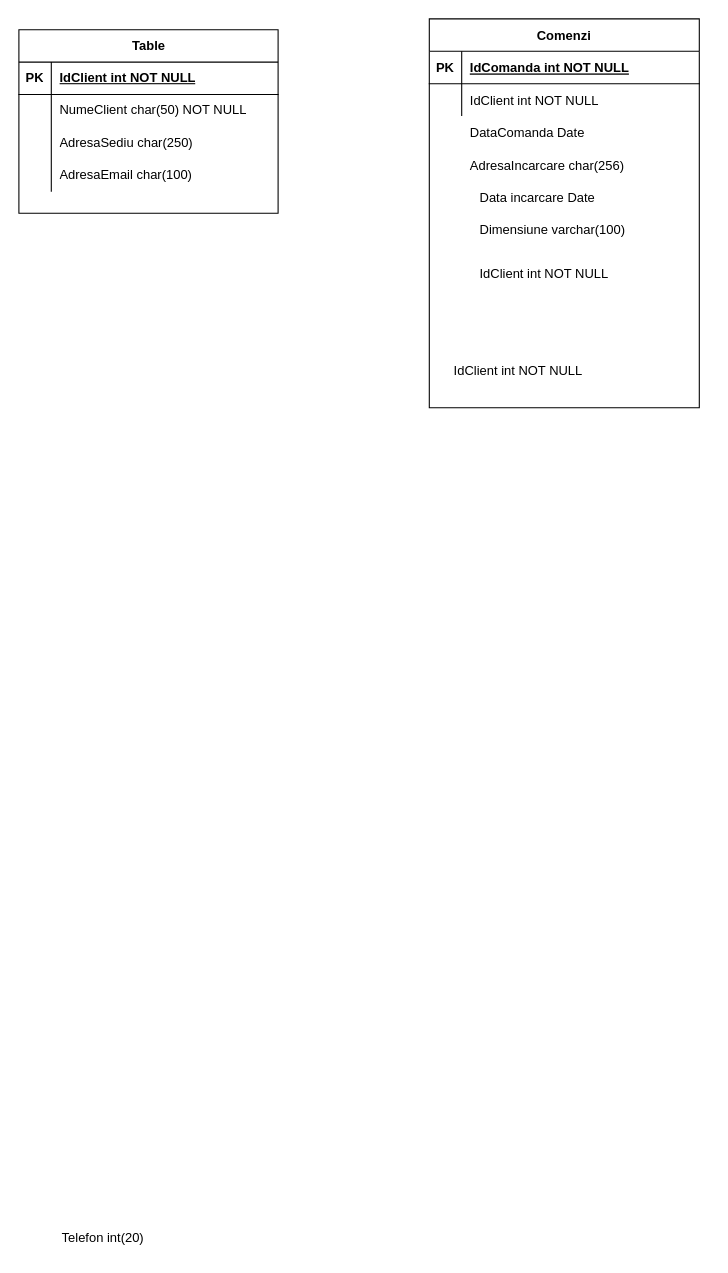
Before: TransportDataBase.drawio in AncaOanaM/Transport-Database, a draw.io diagram. Source tidied: cells renumbered, new cells numbered last; positions are measured from the earlier drawing's top-left corner, leaving out a move shared by most shapes. Both pictures are drawn from the tidied source at 108%, with x=0, y=0 at pixel (18, 18).
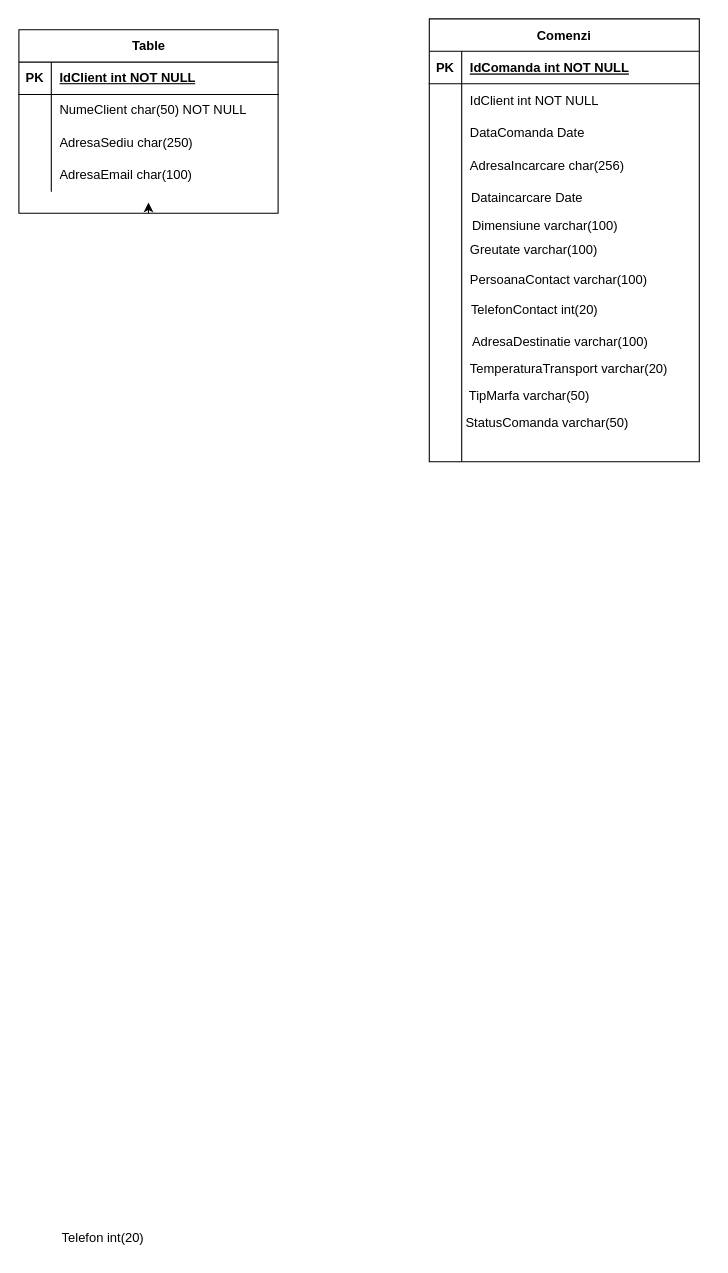
The same diagram, later.

Unchanged cells that the change refers to:
```xml
<mxCell id="9" value="Table" style="shape=table;startSize=30;childLayout=tableLayout;rowLines=0;fontStyle=1;align=center;html=1;" parent="1" vertex="1">
  <mxGeometry y="10" width="240" height="170" as="geometry" />
</mxCell>
```

The edit, as a diff of the source:
```diff
@@
     <mxCell id="2" value="Comenzi" style="shape=table;startSize=30;childLayout=tableLayout;rowLines=0;fontStyle=1;align=center;" parent="1" vertex="1">
-      <mxGeometry x="380" width="250" height="360" as="geometry" />
+      <mxGeometry x="380" width="250" height="410" as="geometry" />
     </mxCell>
@@
+    <mxCell id="29" style="edgeStyle=orthogonalEdgeStyle;rounded=0;jettySize=auto;html=1;exitX=0.5;exitY=1;exitDx=0;exitDy=0;" parent="1" edge="1" source="9">
+      <mxGeometry relative="1" as="geometry">
+        <mxPoint x="120" y="170" as="targetPoint" />
+      </mxGeometry>
+    </mxCell>
@@
-    <mxCell id="25" value="Data incarcare Date" style="shape=partialRectangle;overflow=hidden;fillColor=none;top=0;left=0;bottom=0;right=0;align=left;spacingLeft=6;" parent="1" vertex="1">
-      <mxGeometry x="419" y="150" width="220" height="30" as="geometry" />
+    <mxCell id="25" value="Dataincarcare Date" style="shape=partialRectangle;overflow=hidden;fillColor=none;top=0;left=0;bottom=0;right=0;align=left;spacingLeft=6;" parent="1" vertex="1">
+      <mxGeometry x="411" y="150" width="220" height="30" as="geometry" />
     </mxCell>
     <mxCell id="26" value="Dimensiune varchar(100)" style="shape=partialRectangle;overflow=hidden;fillColor=none;top=0;left=0;bottom=0;right=0;align=left;spacingLeft=6;" parent="1" vertex="1">
-      <mxGeometry x="419" y="180" width="220" height="30" as="geometry" />
+      <mxGeometry x="412" y="176" width="220" height="30" as="geometry" />
     </mxCell>
-    <mxCell id="27" value="IdClient int NOT NULL" style="shape=partialRectangle;overflow=hidden;fillColor=none;top=0;left=0;bottom=0;right=0;align=left;spacingLeft=6;" parent="1" vertex="1">
-      <mxGeometry x="419" y="220" width="220" height="30" as="geometry" />
+    <mxCell id="27" value="Greutate varchar(100)" style="shape=partialRectangle;overflow=hidden;fillColor=none;top=0;left=0;bottom=0;right=0;align=left;spacingLeft=6;" parent="1" vertex="1">
+      <mxGeometry x="410" y="198" width="220" height="30" as="geometry" />
     </mxCell>
-    <mxCell id="28" value="IdClient int NOT NULL" style="shape=partialRectangle;overflow=hidden;fillColor=none;top=0;left=0;bottom=0;right=0;align=left;spacingLeft=6;" parent="1" vertex="1">
-      <mxGeometry x="395" y="310" width="220" height="30" as="geometry" />
+    <mxCell id="28" value="PersoanaContact varchar(100)" style="shape=partialRectangle;overflow=hidden;fillColor=none;top=0;left=0;bottom=0;right=0;align=left;spacingLeft=6;" parent="1" vertex="1">
+      <mxGeometry x="410" y="226" width="220" height="30" as="geometry" />
     </mxCell>
+    <mxCell id="30" value="TelefonContact int(20)" style="shape=partialRectangle;overflow=hidden;fillColor=none;top=0;left=0;bottom=0;right=0;align=left;spacingLeft=6;" parent="1" vertex="1">
+      <mxGeometry x="411" y="254" width="220" height="30" as="geometry" />
+    </mxCell>
+    <mxCell id="31" value="AdresaDestinatie varchar(100)" style="shape=partialRectangle;overflow=hidden;fillColor=none;top=0;left=0;bottom=0;right=0;align=left;spacingLeft=6;" parent="1" vertex="1">
+      <mxGeometry x="412" y="283" width="220" height="30" as="geometry" />
+    </mxCell>
+    <mxCell id="32" value="TemperaturaTransport varchar(20)" style="shape=partialRectangle;overflow=hidden;fillColor=none;top=0;left=0;bottom=0;right=0;align=left;spacingLeft=6;" parent="1" vertex="1">
+      <mxGeometry x="410" y="308" width="220" height="30" as="geometry" />
+    </mxCell>
+    <mxCell id="33" value="TipMarfa varchar(50)" style="shape=partialRectangle;overflow=hidden;fillColor=none;top=0;left=0;bottom=0;right=0;align=left;spacingLeft=6;" parent="1" vertex="1">
+      <mxGeometry x="409" y="333" width="220" height="30" as="geometry" />
+    </mxCell>
+    <mxCell id="34" value="StatusComanda varchar(50)" style="shape=partialRectangle;overflow=hidden;fillColor=none;top=0;left=0;bottom=0;right=0;align=left;spacingLeft=6;" parent="1" vertex="1">
+      <mxGeometry x="406" y="358" width="220" height="30" as="geometry" />
+    </mxCell>
+    <mxCell id="35" style="endArrow=none;html=1;rounded=0;" parent="1" edge="1">
+      <mxGeometry relative="1" as="geometry">
+        <mxPoint x="410" y="410" as="sourcePoint" />
+        <mxPoint x="410" y="90" as="targetPoint" />
+      </mxGeometry>
+    </mxCell>
```
